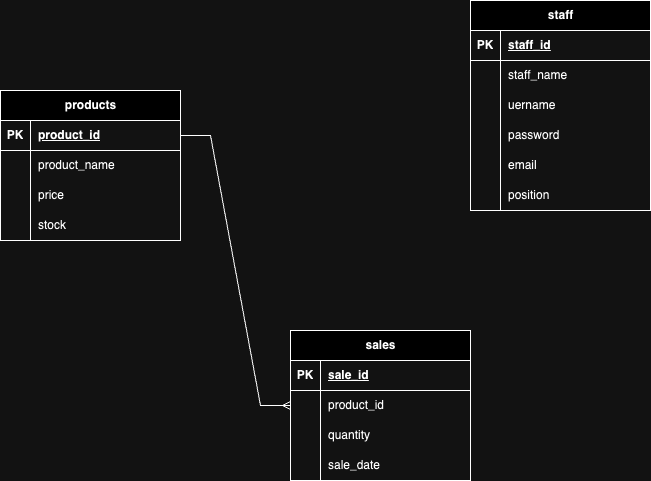
febbryandika/app-management keeps this draw.io diagram as store_management.png. Above is the earlier version. Source tidied: cells renumbered, new cells last; positions are measured from the earlier drawing's top-left corner, leaving out a move shared by most shapes.
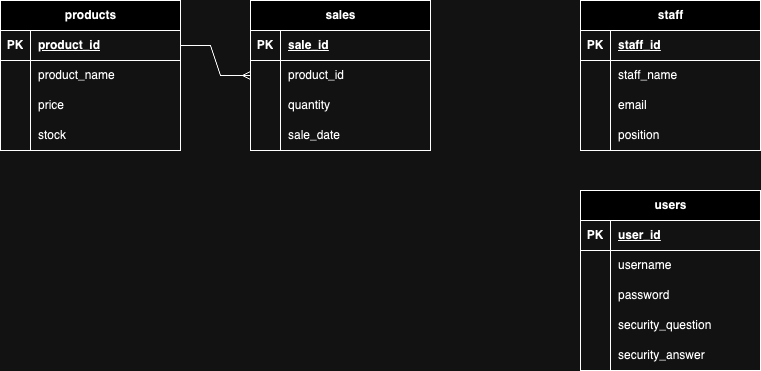
After the change.

What changed in the source:
```diff
@@ -42,7 +42,7 @@
       <mxGeometry x="30" width="150" height="30" as="geometry" />
     </mxCell>
     <mxCell id="15" value="staff" style="shape=table;startSize=30;rowLines=0;fontStyle=1;align=center;html=1;" parent="1" vertex="1">
-      <mxGeometry x="470" width="180" height="210" as="geometry" />
+      <mxGeometry x="580" y="90" width="180" height="150" as="geometry" />
     </mxCell>
     <mxCell id="16" style="shape=tableRow;horizontal=0;startSize=0;swimlaneHead=0;swimlaneBody=0;fillColor=none;top=0;left=0;right=0;bottom=1;" parent="15" vertex="1">
       <mxGeometry y="30" width="180" height="30" as="geometry" />
@@ -62,26 +62,8 @@
     <mxCell id="21" value="staff_name" style="shape=partialRectangle;fillColor=none;top=0;left=0;bottom=0;right=0;align=left;spacingLeft=6;overflow=hidden;whiteSpace=wrap;html=1;" parent="19" vertex="1">
       <mxGeometry x="30" width="150" height="30" as="geometry" />
     </mxCell>
-    <mxCell id="22" style="shape=tableRow;horizontal=0;startSize=0;swimlaneHead=0;swimlaneBody=0;fillColor=none;top=0;left=0;right=0;bottom=0;" parent="15" vertex="1">
-      <mxGeometry y="90" width="180" height="30" as="geometry" />
-    </mxCell>
-    <mxCell id="23" style="shape=partialRectangle;fillColor=none;top=0;left=0;bottom=0;right=0;overflow=hidden;whiteSpace=wrap;html=1;" parent="22" vertex="1">
-      <mxGeometry width="30" height="30" as="geometry" />
-    </mxCell>
-    <mxCell id="24" value="uername" style="shape=partialRectangle;fillColor=none;top=0;left=0;bottom=0;right=0;align=left;spacingLeft=6;overflow=hidden;whiteSpace=wrap;html=1;" parent="22" vertex="1">
-      <mxGeometry x="30" width="150" height="30" as="geometry" />
-    </mxCell>
-    <mxCell id="25" style="shape=tableRow;horizontal=0;startSize=0;swimlaneHead=0;swimlaneBody=0;fillColor=none;top=0;left=0;right=0;bottom=0;" parent="15" vertex="1">
-      <mxGeometry y="120" width="180" height="30" as="geometry" />
-    </mxCell>
-    <mxCell id="26" style="shape=partialRectangle;fillColor=none;top=0;left=0;bottom=0;right=0;overflow=hidden;whiteSpace=wrap;html=1;" parent="25" vertex="1">
-      <mxGeometry width="30" height="30" as="geometry" />
-    </mxCell>
-    <mxCell id="27" value="password" style="shape=partialRectangle;fillColor=none;top=0;left=0;bottom=0;right=0;align=left;spacingLeft=6;overflow=hidden;whiteSpace=wrap;html=1;" parent="25" vertex="1">
-      <mxGeometry x="30" width="150" height="30" as="geometry" />
-    </mxCell>
     <mxCell id="28" style="shape=tableRow;horizontal=0;startSize=0;swimlaneHead=0;swimlaneBody=0;fillColor=none;top=0;left=0;right=0;bottom=0;" parent="15" vertex="1">
-      <mxGeometry y="150" width="180" height="30" as="geometry" />
+      <mxGeometry y="90" width="180" height="30" as="geometry" />
     </mxCell>
     <mxCell id="29" style="shape=partialRectangle;fillColor=none;top=0;left=0;bottom=0;right=0;overflow=hidden;whiteSpace=wrap;html=1;" parent="28" vertex="1">
       <mxGeometry width="30" height="30" as="geometry" />
@@ -90,7 +72,7 @@
       <mxGeometry x="30" width="150" height="30" as="geometry" />
     </mxCell>
     <mxCell id="31" style="shape=tableRow;horizontal=0;startSize=0;swimlaneHead=0;swimlaneBody=0;fillColor=none;top=0;left=0;right=0;bottom=0;" parent="15" vertex="1">
-      <mxGeometry y="180" width="180" height="30" as="geometry" />
+      <mxGeometry y="120" width="180" height="30" as="geometry" />
     </mxCell>
     <mxCell id="32" style="shape=partialRectangle;fillColor=none;top=0;left=0;bottom=0;right=0;overflow=hidden;whiteSpace=wrap;html=1;" parent="31" vertex="1">
       <mxGeometry width="30" height="30" as="geometry" />
@@ -99,7 +81,7 @@
       <mxGeometry x="30" width="150" height="30" as="geometry" />
     </mxCell>
     <mxCell id="34" value="sales" style="shape=table;startSize=30;rowLines=0;fontStyle=1;align=center;html=1;" parent="1" vertex="1">
-      <mxGeometry x="290" y="330" width="180" height="150" as="geometry" />
+      <mxGeometry x="250" y="90" width="180" height="150" as="geometry" />
     </mxCell>
     <mxCell id="35" style="shape=tableRow;horizontal=0;startSize=0;swimlaneHead=0;swimlaneBody=0;fillColor=none;top=0;left=0;right=0;bottom=1;" parent="34" vertex="1">
       <mxGeometry y="30" width="180" height="30" as="geometry" />
@@ -140,5 +122,53 @@
     <mxCell id="47" style="edgeStyle=entityRelationEdgeStyle;fontSize=12;html=1;endArrow=ERmany;rounded=0;exitX=1;exitY=0.5;exitDx=0;exitDy=0;entryX=0;entryY=0.5;entryDx=0;entryDy=0;" parent="1" edge="1" source="3" target="38">
       <mxGeometry relative="1" as="geometry" />
     </mxCell>
+    <mxCell id="48" value="users" style="shape=table;startSize=30;rowLines=0;fontStyle=1;align=center;html=1;" parent="1" vertex="1">
+      <mxGeometry x="580" y="280" width="180" height="180" as="geometry" />
+    </mxCell>
+    <mxCell id="49" style="shape=tableRow;horizontal=0;startSize=0;swimlaneHead=0;swimlaneBody=0;fillColor=none;top=0;left=0;right=0;bottom=1;" parent="48" vertex="1">
+      <mxGeometry y="30" width="180" height="30" as="geometry" />
+    </mxCell>
+    <mxCell id="50" value="PK" style="shape=partialRectangle;fillColor=none;top=0;left=0;bottom=0;right=0;fontStyle=1;overflow=hidden;whiteSpace=wrap;html=1;" parent="49" vertex="1">
+      <mxGeometry width="30" height="30" as="geometry" />
+    </mxCell>
+    <mxCell id="51" value="user_id" style="shape=partialRectangle;fillColor=none;top=0;left=0;bottom=0;right=0;align=left;spacingLeft=6;fontStyle=5;overflow=hidden;whiteSpace=wrap;html=1;" parent="49" vertex="1">
+      <mxGeometry x="30" width="150" height="30" as="geometry" />
+    </mxCell>
+    <mxCell id="52" style="shape=tableRow;horizontal=0;startSize=0;swimlaneHead=0;swimlaneBody=0;fillColor=none;top=0;left=0;right=0;bottom=0;" parent="48" vertex="1">
+      <mxGeometry y="60" width="180" height="30" as="geometry" />
+    </mxCell>
+    <mxCell id="53" style="shape=partialRectangle;fillColor=none;top=0;left=0;bottom=0;right=0;overflow=hidden;whiteSpace=wrap;html=1;" parent="52" vertex="1">
+      <mxGeometry width="30" height="30" as="geometry" />
+    </mxCell>
+    <mxCell id="54" value="username" style="shape=partialRectangle;fillColor=none;top=0;left=0;bottom=0;right=0;align=left;spacingLeft=6;overflow=hidden;whiteSpace=wrap;html=1;" parent="52" vertex="1">
+      <mxGeometry x="30" width="150" height="30" as="geometry" />
+    </mxCell>
+    <mxCell id="22" style="shape=tableRow;horizontal=0;startSize=0;swimlaneHead=0;swimlaneBody=0;fillColor=none;top=0;left=0;right=0;bottom=0;" parent="48" vertex="1">
+      <mxGeometry y="90" width="180" height="30" as="geometry" />
+    </mxCell>
+    <mxCell id="55" style="shape=partialRectangle;fillColor=none;top=0;left=0;bottom=0;right=0;overflow=hidden;whiteSpace=wrap;html=1;" parent="22" vertex="1">
+      <mxGeometry width="30" height="30" as="geometry" />
+    </mxCell>
+    <mxCell id="27" value="password" style="shape=partialRectangle;fillColor=none;top=0;left=0;bottom=0;right=0;align=left;spacingLeft=6;overflow=hidden;whiteSpace=wrap;html=1;" parent="22" vertex="1">
+      <mxGeometry x="30" width="150" height="30" as="geometry" />
+    </mxCell>
+    <mxCell id="25" style="shape=tableRow;horizontal=0;startSize=0;swimlaneHead=0;swimlaneBody=0;fillColor=none;top=0;left=0;right=0;bottom=0;" parent="48" vertex="1">
+      <mxGeometry y="120" width="180" height="30" as="geometry" />
+    </mxCell>
+    <mxCell id="56" style="shape=partialRectangle;fillColor=none;top=0;left=0;bottom=0;right=0;overflow=hidden;whiteSpace=wrap;html=1;" parent="25" vertex="1">
+      <mxGeometry width="30" height="30" as="geometry" />
+    </mxCell>
+    <mxCell id="57" value="security_question" style="shape=partialRectangle;fillColor=none;top=0;left=0;bottom=0;right=0;align=left;spacingLeft=6;overflow=hidden;whiteSpace=wrap;html=1;" parent="25" vertex="1">
+      <mxGeometry x="30" width="150" height="30" as="geometry" />
+    </mxCell>
+    <mxCell id="58" style="shape=tableRow;horizontal=0;startSize=0;swimlaneHead=0;swimlaneBody=0;fillColor=none;top=0;left=0;right=0;bottom=0;" parent="48" vertex="1">
+      <mxGeometry y="150" width="180" height="30" as="geometry" />
+    </mxCell>
+    <mxCell id="59" style="shape=partialRectangle;fillColor=none;top=0;left=0;bottom=0;right=0;overflow=hidden;whiteSpace=wrap;html=1;" parent="58" vertex="1">
+      <mxGeometry width="30" height="30" as="geometry" />
+    </mxCell>
+    <mxCell id="60" value="security_answer" style="shape=partialRectangle;fillColor=none;top=0;left=0;bottom=0;right=0;align=left;spacingLeft=6;overflow=hidden;whiteSpace=wrap;html=1;" parent="58" vertex="1">
+      <mxGeometry x="30" width="150" height="30" as="geometry" />
+    </mxCell>
   </root>
 </mxGraphModel>
```
